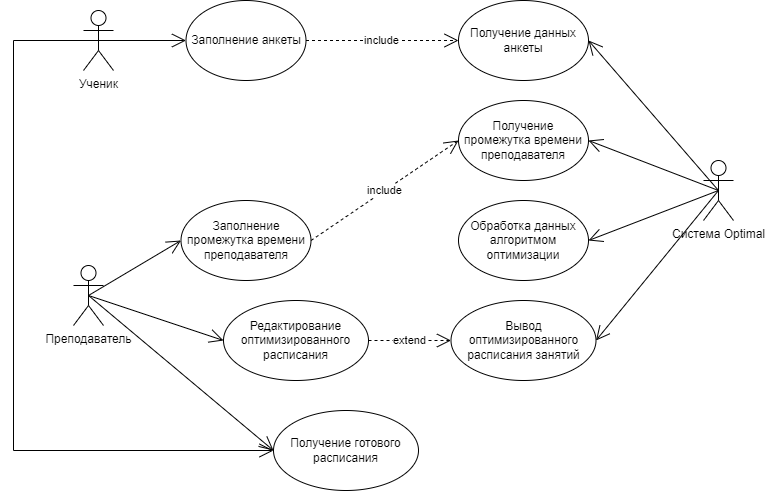
watashinonericell/myrepos keeps this draw.io diagram as Use_Case.png. Above is the earlier version. Source tidied: cells renumbered, new cells last; positions are measured from the earlier drawing's top-left corner, leaving out a move shared by most shapes.
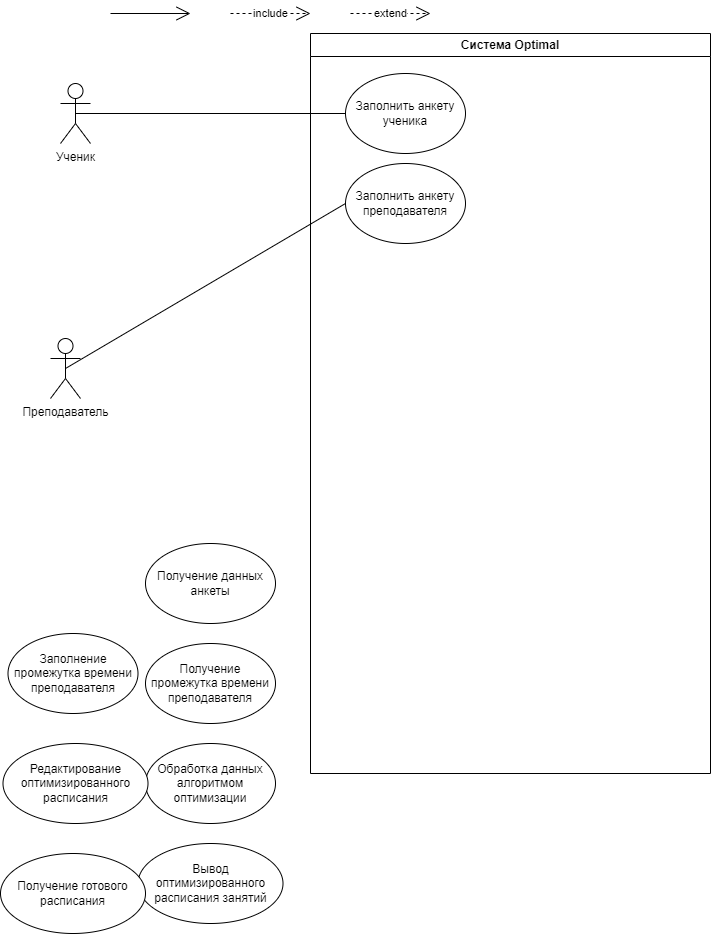
Above is the later version.

Diff of the diagram source:
```diff
@@ -2,79 +2,65 @@
   <root>
     <mxCell id="0" />
     <mxCell id="1" parent="0" />
-    <mxCell id="2" value="Заполнение анкеты" style="ellipse;whiteSpace=wrap;html=1;" parent="1" vertex="1">
-      <mxGeometry x="172.5" width="120" height="80" as="geometry" />
-    </mxCell>
     <mxCell id="3" value="Ученик&lt;br&gt;" style="shape=umlActor;verticalLabelPosition=bottom;verticalAlign=top;html=1;" parent="1" vertex="1">
       <mxGeometry x="70" y="10" width="30" height="60" as="geometry" />
     </mxCell>
-    <mxCell id="4" style="endArrow=open;endFill=1;endSize=12;html=1;rounded=0;entryX=0;entryY=0.5;entryDx=0;entryDy=0;exitX=0.5;exitY=0.5;exitDx=0;exitDy=0;exitPerimeter=0;" parent="1" edge="1" source="3" target="2">
-      <mxGeometry relative="1" as="geometry" />
+    <mxCell id="4" style="endArrow=open;endFill=1;endSize=12;html=1;rounded=0;" parent="1" edge="1">
+      <mxGeometry relative="1" as="geometry">
+        <mxPoint x="120" y="-60" as="sourcePoint" />
+        <mxPoint x="200" y="-60" as="targetPoint" />
+      </mxGeometry>
     </mxCell>
     <mxCell id="5" value="Преподаватель" style="shape=umlActor;verticalLabelPosition=bottom;verticalAlign=top;html=1;" parent="1" vertex="1">
       <mxGeometry x="60" y="265" width="30" height="60" as="geometry" />
     </mxCell>
     <mxCell id="6" value="Заполнение промежутка времени преподавателя" style="ellipse;whiteSpace=wrap;html=1;" parent="1" vertex="1">
-      <mxGeometry x="167.5" y="200" width="130" height="80" as="geometry" />
+      <mxGeometry x="17.5" y="560" width="130" height="80" as="geometry" />
     </mxCell>
-    <mxCell id="7" style="endArrow=open;endFill=1;endSize=12;html=1;rounded=0;entryX=0;entryY=0.5;entryDx=0;entryDy=0;exitX=0.5;exitY=0.5;exitDx=0;exitDy=0;exitPerimeter=0;" parent="1" edge="1" source="5" target="6">
-      <mxGeometry relative="1" as="geometry" />
-    </mxCell>
-    <mxCell id="8" style="endArrow=open;endFill=1;endSize=12;html=1;rounded=0;exitX=0.5;exitY=0.5;exitDx=0;exitDy=0;exitPerimeter=0;entryX=0;entryY=0.5;entryDx=0;entryDy=0;" parent="1" edge="1" source="5" target="20">
-      <mxGeometry relative="1" as="geometry" />
-    </mxCell>
     <mxCell id="9" value="Получение данных анкеты" style="ellipse;whiteSpace=wrap;html=1;" parent="1" vertex="1">
-      <mxGeometry x="445" width="130" height="80" as="geometry" />
+      <mxGeometry x="155" y="470" width="130" height="80" as="geometry" />
     </mxCell>
     <mxCell id="10" value="Обработка данных алгоритмом оптимизации" style="ellipse;whiteSpace=wrap;html=1;" parent="1" vertex="1">
-      <mxGeometry x="445" y="200" width="130" height="80" as="geometry" />
+      <mxGeometry x="155" y="670" width="130" height="80" as="geometry" />
     </mxCell>
     <mxCell id="11" value="Вывод оптимизированного расписания занятий" style="ellipse;whiteSpace=wrap;html=1;" parent="1" vertex="1">
-      <mxGeometry x="437.5" y="300" width="145" height="80" as="geometry" />
+      <mxGeometry x="147.5" y="770" width="145" height="80" as="geometry" />
     </mxCell>
     <mxCell id="12" value="Получение промежутка времени преподавателя" style="ellipse;whiteSpace=wrap;html=1;" parent="1" vertex="1">
-      <mxGeometry x="445" y="100" width="130" height="80" as="geometry" />
+      <mxGeometry x="155" y="570" width="130" height="80" as="geometry" />
     </mxCell>
-    <mxCell id="13" value="Система Optimal" style="shape=umlActor;verticalLabelPosition=bottom;verticalAlign=top;html=1;outlineConnect=0;" parent="1" vertex="1">
-      <mxGeometry x="690" y="160" width="30" height="60" as="geometry" />
-    </mxCell>
-    <mxCell id="14" style="endArrow=open;endFill=1;endSize=12;html=1;rounded=0;entryX=1;entryY=0.5;entryDx=0;entryDy=0;exitX=0.5;exitY=0.5;exitDx=0;exitDy=0;exitPerimeter=0;" parent="1" edge="1" source="13" target="9">
-      <mxGeometry relative="1" as="geometry" />
-    </mxCell>
-    <mxCell id="15" style="endArrow=open;endFill=1;endSize=12;html=1;rounded=0;exitX=0.5;exitY=0.5;exitDx=0;exitDy=0;exitPerimeter=0;entryX=1;entryY=0.5;entryDx=0;entryDy=0;" parent="1" edge="1" source="13" target="12">
-      <mxGeometry relative="1" as="geometry" />
-    </mxCell>
-    <mxCell id="16" style="endArrow=open;endFill=1;endSize=12;html=1;rounded=0;entryX=1;entryY=0.5;entryDx=0;entryDy=0;exitX=0.5;exitY=0.5;exitDx=0;exitDy=0;exitPerimeter=0;" parent="1" edge="1" source="13" target="10">
-      <mxGeometry relative="1" as="geometry" />
-    </mxCell>
-    <mxCell id="17" style="endArrow=open;endFill=1;endSize=12;html=1;rounded=0;entryX=1;entryY=0.5;entryDx=0;entryDy=0;exitX=0.5;exitY=0.5;exitDx=0;exitDy=0;exitPerimeter=0;" parent="1" edge="1" source="13" target="11">
-      <mxGeometry relative="1" as="geometry" />
-    </mxCell>
-    <mxCell id="18" value="include" style="endArrow=open;endSize=12;dashed=1;html=1;rounded=0;exitX=1;exitY=0.5;exitDx=0;exitDy=0;entryX=0;entryY=0.5;entryDx=0;entryDy=0;" parent="1" edge="1" source="2" target="9">
-      <mxGeometry relative="1" as="geometry" />
+    <mxCell id="18" value="include" style="endArrow=open;endSize=12;dashed=1;html=1;rounded=0;" parent="1" edge="1">
+      <mxGeometry relative="1" as="geometry">
+        <mxPoint x="240" y="-60" as="sourcePoint" />
+        <mxPoint x="320" y="-60" as="targetPoint" />
+      </mxGeometry>
     </mxCell>
-    <mxCell id="19" value="include" style="endArrow=open;endSize=12;dashed=1;html=1;rounded=0;exitX=1;exitY=0.5;exitDx=0;exitDy=0;entryX=0;entryY=0.5;entryDx=0;entryDy=0;" parent="1" edge="1" source="6" target="12">
-      <mxGeometry relative="1" as="geometry" />
-    </mxCell>
     <mxCell id="20" value="Редактирование оптимизированного расписания" style="ellipse;whiteSpace=wrap;html=1;" parent="1" vertex="1">
-      <mxGeometry x="210" y="300" width="145" height="80" as="geometry" />
+      <mxGeometry x="12.5" y="670" width="145" height="80" as="geometry" />
     </mxCell>
-    <mxCell id="21" value="extend" style="endArrow=open;endSize=12;dashed=1;html=1;rounded=0;exitX=1;exitY=0.5;exitDx=0;exitDy=0;entryX=0;entryY=0.5;entryDx=0;entryDy=0;" parent="1" edge="1" source="20" target="11">
-      <mxGeometry relative="1" as="geometry" />
+    <mxCell id="21" value="extend" style="endArrow=open;endSize=12;dashed=1;html=1;rounded=0;" parent="1" edge="1">
+      <mxGeometry relative="1" as="geometry">
+        <mxPoint x="360" y="-60" as="sourcePoint" />
+        <mxPoint x="440" y="-60" as="targetPoint" />
+      </mxGeometry>
     </mxCell>
     <mxCell id="22" value="Получение готового расписания" style="ellipse;whiteSpace=wrap;html=1;" parent="1" vertex="1">
-      <mxGeometry x="260" y="410" width="145" height="80" as="geometry" />
+      <mxGeometry x="10" y="780" width="145" height="80" as="geometry" />
     </mxCell>
-    <mxCell id="23" style="endArrow=open;endFill=1;endSize=12;html=1;rounded=0;exitX=0.5;exitY=0.5;exitDx=0;exitDy=0;exitPerimeter=0;entryX=0;entryY=0.5;entryDx=0;entryDy=0;" parent="1" edge="1" source="5" target="22">
-      <mxGeometry relative="1" as="geometry" />
-    </mxCell>
-    <mxCell id="24" style="endArrow=open;endFill=1;endSize=12;html=1;rounded=0;exitX=0.5;exitY=0.5;exitDx=0;exitDy=0;exitPerimeter=0;entryX=0;entryY=0.5;entryDx=0;entryDy=0;" parent="1" edge="1" source="3" target="22">
-      <mxGeometry relative="1" as="geometry">
-        <Array as="points">
-          <mxPoint y="40" />
-          <mxPoint y="450" />
-        </Array>
-      </mxGeometry>
-    </mxCell>
+    <mxCell id="13" value="Система Optimal" style="swimlane;whiteSpace=wrap;html=1;" parent="1" vertex="1">
+      <mxGeometry x="320" y="-40" width="400" height="740" as="geometry" />
+    </mxCell>
+    <mxCell id="2" value="Заполнить анкету ученика" style="ellipse;whiteSpace=wrap;html=1;" parent="13" vertex="1">
+      <mxGeometry x="35" y="40" width="120" height="80" as="geometry" />
+    </mxCell>
+    <mxCell id="25" value="Заполнить анкету преподавателя" style="ellipse;whiteSpace=wrap;html=1;" parent="13" vertex="1">
+      <mxGeometry x="35" y="130" width="120" height="80" as="geometry" />
+    </mxCell>
+    <mxCell id="26" style="endArrow=none;html=1;rounded=0;exitX=0.5;exitY=0.5;exitDx=0;exitDy=0;exitPerimeter=0;entryX=0;entryY=0.5;entryDx=0;entryDy=0;" parent="1" edge="1" source="3" target="2">
+      <mxGeometry relative="1" as="geometry" />
+    </mxCell>
+    <mxCell id="27" style="endArrow=none;html=1;rounded=0;exitX=0.5;exitY=0.5;exitDx=0;exitDy=0;exitPerimeter=0;entryX=0;entryY=0.5;entryDx=0;entryDy=0;" parent="1" edge="1" source="5" target="25">
+      <mxGeometry relative="1" as="geometry" />
+    </mxCell>
   </root>
 </mxGraphModel>
```
